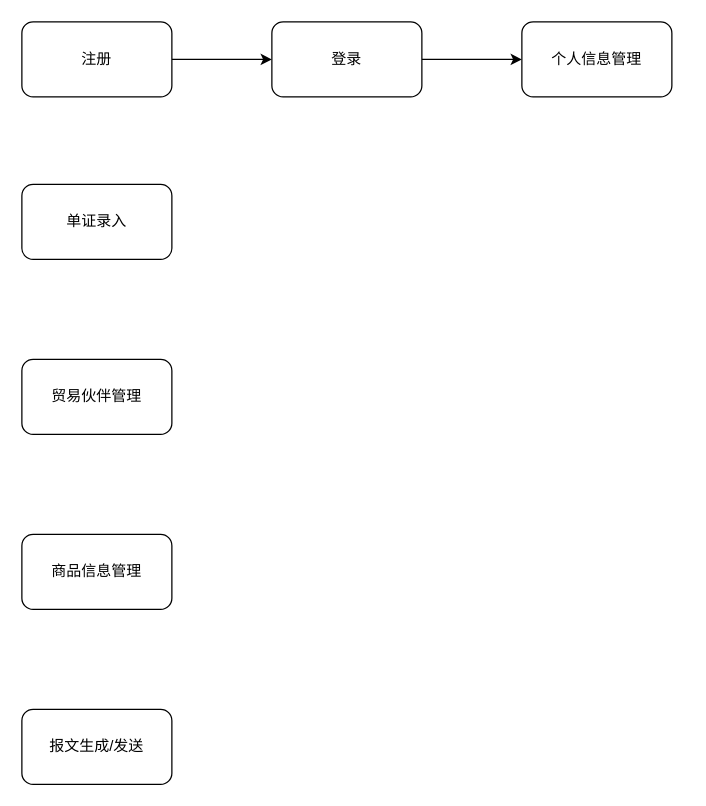
This is EMS.drawio from simplesmall/DrawIO, a draw.io file, before an edit. Source tidied: cells renumbered, new cells numbered last; positions are measured from the earlier drawing's top-left corner, leaving out a move shared by most shapes. Both pictures are drawn from the tidied source at 125%, with x=0, y=0 at pixel (21, 21).
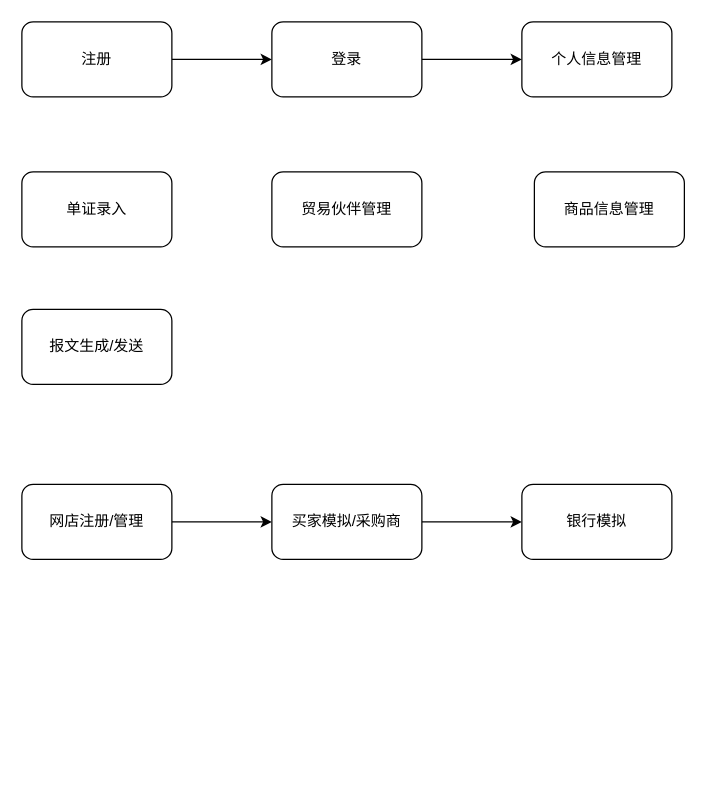
The same diagram, later.

The edit, as a diff of the source:
```diff
@@
 <mxGraphModel>
   <root>
     <mxCell id="0" />
     <mxCell id="1" parent="0" />
     <mxCell id="2" style="edgeStyle=orthogonalEdgeStyle;rounded=0;jettySize=auto;html=1;" parent="1" edge="1" source="3" target="5">
       <mxGeometry relative="1" as="geometry" />
     </mxCell>
     <mxCell id="3" value="注册" style="rounded=1;whiteSpace=wrap;html=1;" parent="1" vertex="1">
       <mxGeometry width="120" height="60" as="geometry" />
     </mxCell>
     <mxCell id="4" style="edgeStyle=orthogonalEdgeStyle;rounded=0;jettySize=auto;html=1;" parent="1" edge="1" source="5" target="6">
       <mxGeometry relative="1" as="geometry" />
     </mxCell>
     <mxCell id="5" value="登录" style="rounded=1;whiteSpace=wrap;html=1;" parent="1" vertex="1">
       <mxGeometry x="200" width="120" height="60" as="geometry" />
     </mxCell>
     <mxCell id="6" value="个人信息管理" style="rounded=1;whiteSpace=wrap;html=1;" parent="1" vertex="1">
       <mxGeometry x="400" width="120" height="60" as="geometry" />
     </mxCell>
     <mxCell id="7" value="单证录入" style="rounded=1;whiteSpace=wrap;html=1;" parent="1" vertex="1">
-      <mxGeometry y="130" width="120" height="60" as="geometry" />
+      <mxGeometry y="120" width="120" height="60" as="geometry" />
     </mxCell>
     <mxCell id="8" value="贸易伙伴管理" style="rounded=1;whiteSpace=wrap;html=1;" parent="1" vertex="1">
-      <mxGeometry y="270" width="120" height="60" as="geometry" />
+      <mxGeometry x="200" y="120" width="120" height="60" as="geometry" />
     </mxCell>
     <mxCell id="9" value="商品信息管理" style="rounded=1;whiteSpace=wrap;html=1;" parent="1" vertex="1">
-      <mxGeometry y="410" width="120" height="60" as="geometry" />
+      <mxGeometry x="410" y="120" width="120" height="60" as="geometry" />
     </mxCell>
     <mxCell id="10" value="报文生成/发送" style="rounded=1;whiteSpace=wrap;html=1;" parent="1" vertex="1">
-      <mxGeometry y="550" width="120" height="60" as="geometry" />
+      <mxGeometry y="230" width="120" height="60" as="geometry" />
     </mxCell>
+    <mxCell id="11" style="edgeStyle=orthogonalEdgeStyle;rounded=0;jettySize=auto;html=1;" parent="1" edge="1" source="12" target="14">
+      <mxGeometry relative="1" as="geometry" />
+    </mxCell>
+    <mxCell id="12" value="网店注册/管理" style="rounded=1;whiteSpace=wrap;html=1;" parent="1" vertex="1">
+      <mxGeometry y="370" width="120" height="60" as="geometry" />
+    </mxCell>
+    <mxCell id="13" style="edgeStyle=orthogonalEdgeStyle;rounded=0;jettySize=auto;html=1;" parent="1" edge="1" source="14" target="15">
+      <mxGeometry relative="1" as="geometry" />
+    </mxCell>
+    <mxCell id="14" value="买家模拟/采购商" style="rounded=1;whiteSpace=wrap;html=1;" parent="1" vertex="1">
+      <mxGeometry x="200" y="370" width="120" height="60" as="geometry" />
+    </mxCell>
+    <mxCell id="15" value="银行模拟" style="rounded=1;whiteSpace=wrap;html=1;" parent="1" vertex="1">
+      <mxGeometry x="400" y="370" width="120" height="60" as="geometry" />
+    </mxCell>
   </root>
 </mxGraphModel>
```
